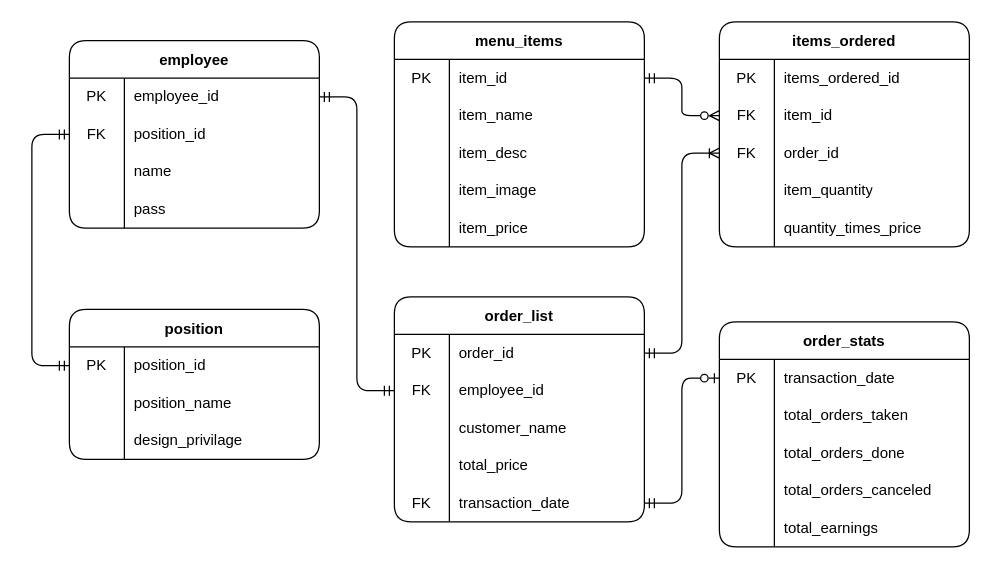
Above: DOCS/Diagrams/ERD Diagram.drawio in alexxGmZ/MenuMaApp (draw.io), before the change. Source tidied: cells renumbered, new cells numbered last; positions are measured from the earlier drawing's top-left corner, leaving out a move shared by most shapes. Both pictures are drawn from the tidied source at 125%, with x=0, y=0 at pixel (31, 21).
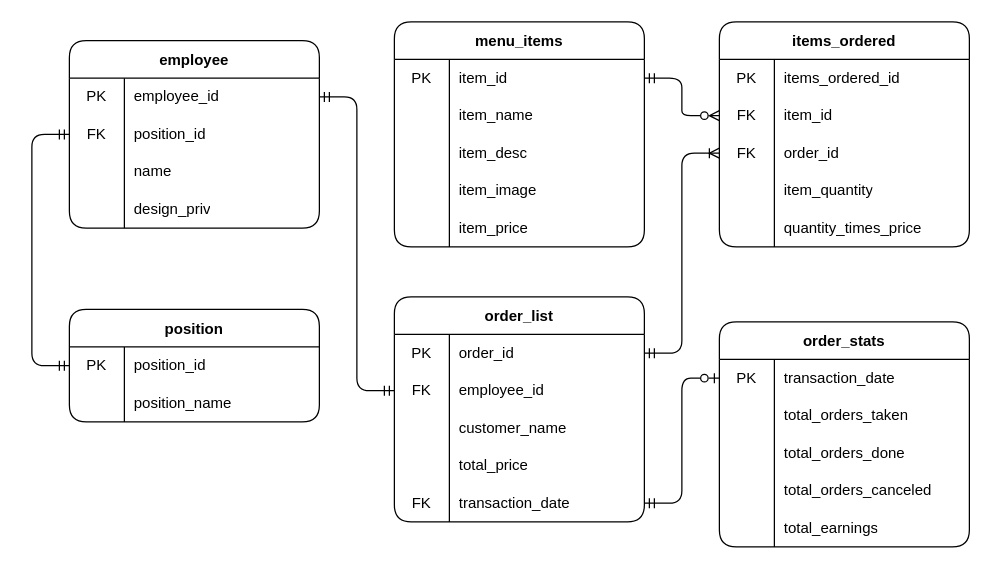
Above is the later version.

Commit message:
diagram(erd): remove pass column in employee table, move desing_priv column to employee table

The change refers to these unchanged cells:
```xml
<mxCell id="12" style="shape=tableRow;horizontal=0;startSize=0;swimlaneHead=0;swimlaneBody=0;top=0;left=0;bottom=0;right=0;fillColor=none;" parent="2" vertex="1">
  <mxGeometry y="120" width="200" height="30" as="geometry" />
</mxCell>
```

Diff of the diagram source:
```diff
@@
-    <mxCell id="13" style="shape=partialRectangle;html=1;whiteSpace=wrap;fillColor=none;top=0;left=0;bottom=0;right=0;overflow=hidden;" parent="12" vertex="1">
-      <mxGeometry width="44" height="30" as="geometry" />
-    </mxCell>
-    <mxCell id="14" value="pass" style="shape=partialRectangle;html=1;whiteSpace=wrap;fillColor=none;top=0;left=0;bottom=0;right=0;align=left;spacingLeft=6;overflow=hidden;" parent="12" vertex="1">
-      <mxGeometry x="44" width="156" height="30" as="geometry" />
-    </mxCell>
+    <mxCell id="94" style="shape=partialRectangle;html=1;whiteSpace=wrap;fillColor=none;top=0;left=0;bottom=0;right=0;overflow=hidden;" parent="12" vertex="1">
+      <mxGeometry width="44" height="30" as="geometry" />
+    </mxCell>
+    <mxCell id="95" value="design_priv" style="shape=partialRectangle;html=1;whiteSpace=wrap;fillColor=none;top=0;left=0;bottom=0;right=0;align=left;spacingLeft=6;overflow=hidden;" parent="12" vertex="1">
+      <mxGeometry x="44" width="156" height="30" as="geometry" />
+    </mxCell>
@@
     <mxCell id="65" value="position" style="shape=table;startSize=30;childLayout=tableLayout;rowLines=0;fontStyle=1;rounded=1;" parent="1" vertex="1">
-      <mxGeometry x="30" y="230" width="200" height="120" as="geometry" />
+      <mxGeometry x="30" y="230" width="200" height="90" as="geometry" />
     </mxCell>
@@
-    <mxCell id="72" style="shape=tableRow;horizontal=0;startSize=0;swimlaneHead=0;swimlaneBody=0;top=0;left=0;bottom=0;right=0;fillColor=none;" parent="65" vertex="1">
-      <mxGeometry y="90" width="200" height="30" as="geometry" />
-    </mxCell>
-    <mxCell id="73" style="shape=partialRectangle;html=1;whiteSpace=wrap;fillColor=none;top=0;left=0;bottom=0;right=0;overflow=hidden;" parent="72" vertex="1">
-      <mxGeometry width="44" height="30" as="geometry" />
-    </mxCell>
-    <mxCell id="74" value="design_privilage" style="shape=partialRectangle;html=1;whiteSpace=wrap;fillColor=none;top=0;left=0;bottom=0;right=0;align=left;spacingLeft=6;overflow=hidden;" parent="72" vertex="1">
-      <mxGeometry x="44" width="156" height="30" as="geometry" />
-    </mxCell>
```
